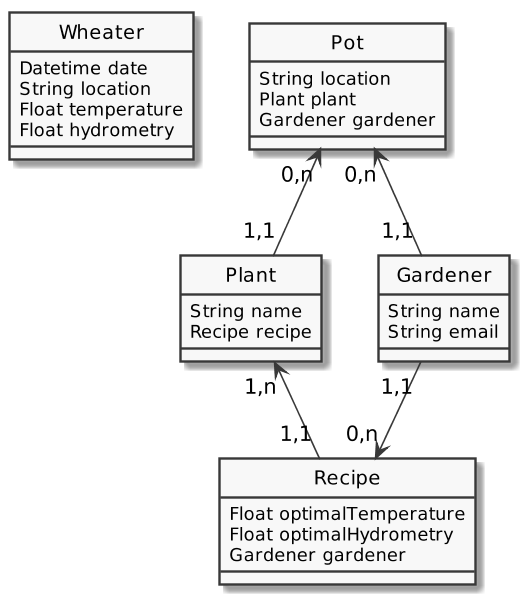
Earlier version of the PlantUML export plantuml.png (arnaud-dml/SensioLabs-Symfony-DevOps).
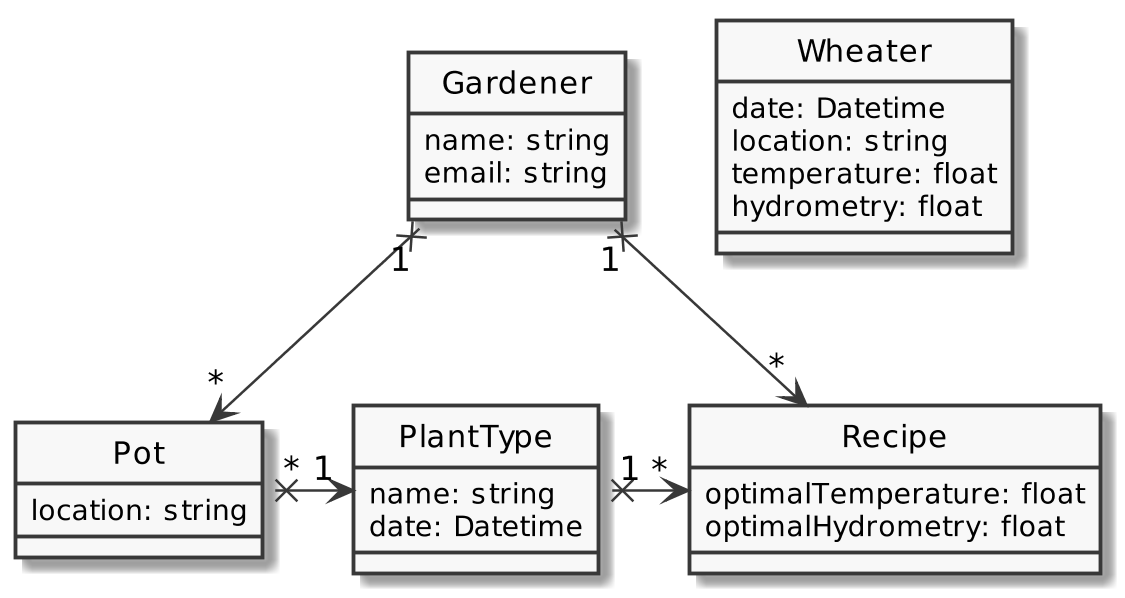
The same file after the commit.

Change to the diagram source:
```diff
@@ -7,37 +7,34 @@
 skinparam defaultClassScale 200 height
 
 class Wheater {
-    Datetime date
-    String location
-    Float temperature
-    Float hydrometry
+    date: Datetime
+    location: string
+    temperature: float
+    hydrometry: float
 }
 
 class Pot {
-    String location
-    Plant plant
-    Gardener gardener
+    location: string
 }
 
-Pot "0,n" <-- "1,1" Plant
-Pot "0,n" <-- "1,1" Gardener
+Pot "*" x-> "1" PlantType
+Pot "*" <--x "1" Gardener
 
-class Plant {
-    String name
-    Recipe recipe
+class PlantType {
+    name: string
+    date: Datetime
 }
 
 class Gardener {
-    String name
-    String email
+    name: string
+    email: string
 }
 
-Plant "1,n" <-- "1,1" Recipe
-Gardener "1,1" --> "0,n" Recipe
+PlantType "1" x-> "*" Recipe
+Gardener "1" x--> "*" Recipe
 
 class Recipe {
-    Float optimalTemperature
-    Float optimalHydrometry
-    Gardener gardener
+    optimalTemperature: float
+    optimalHydrometry: float
 }
 @enduml
```
